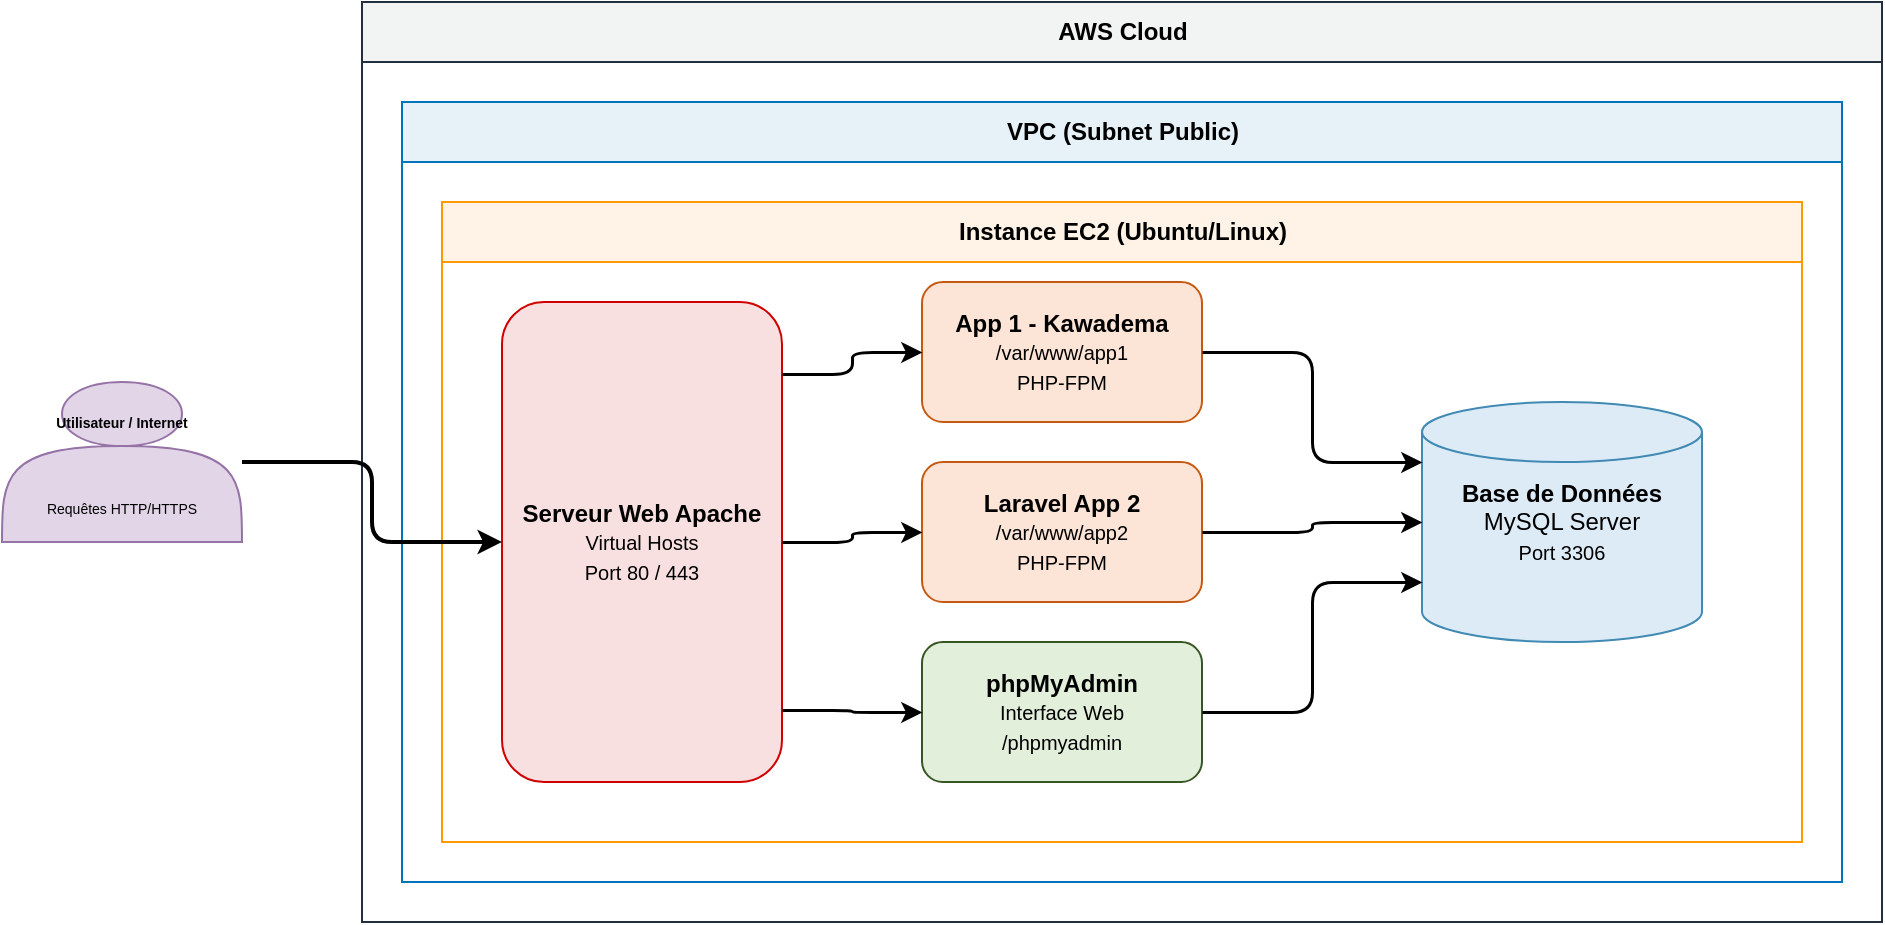
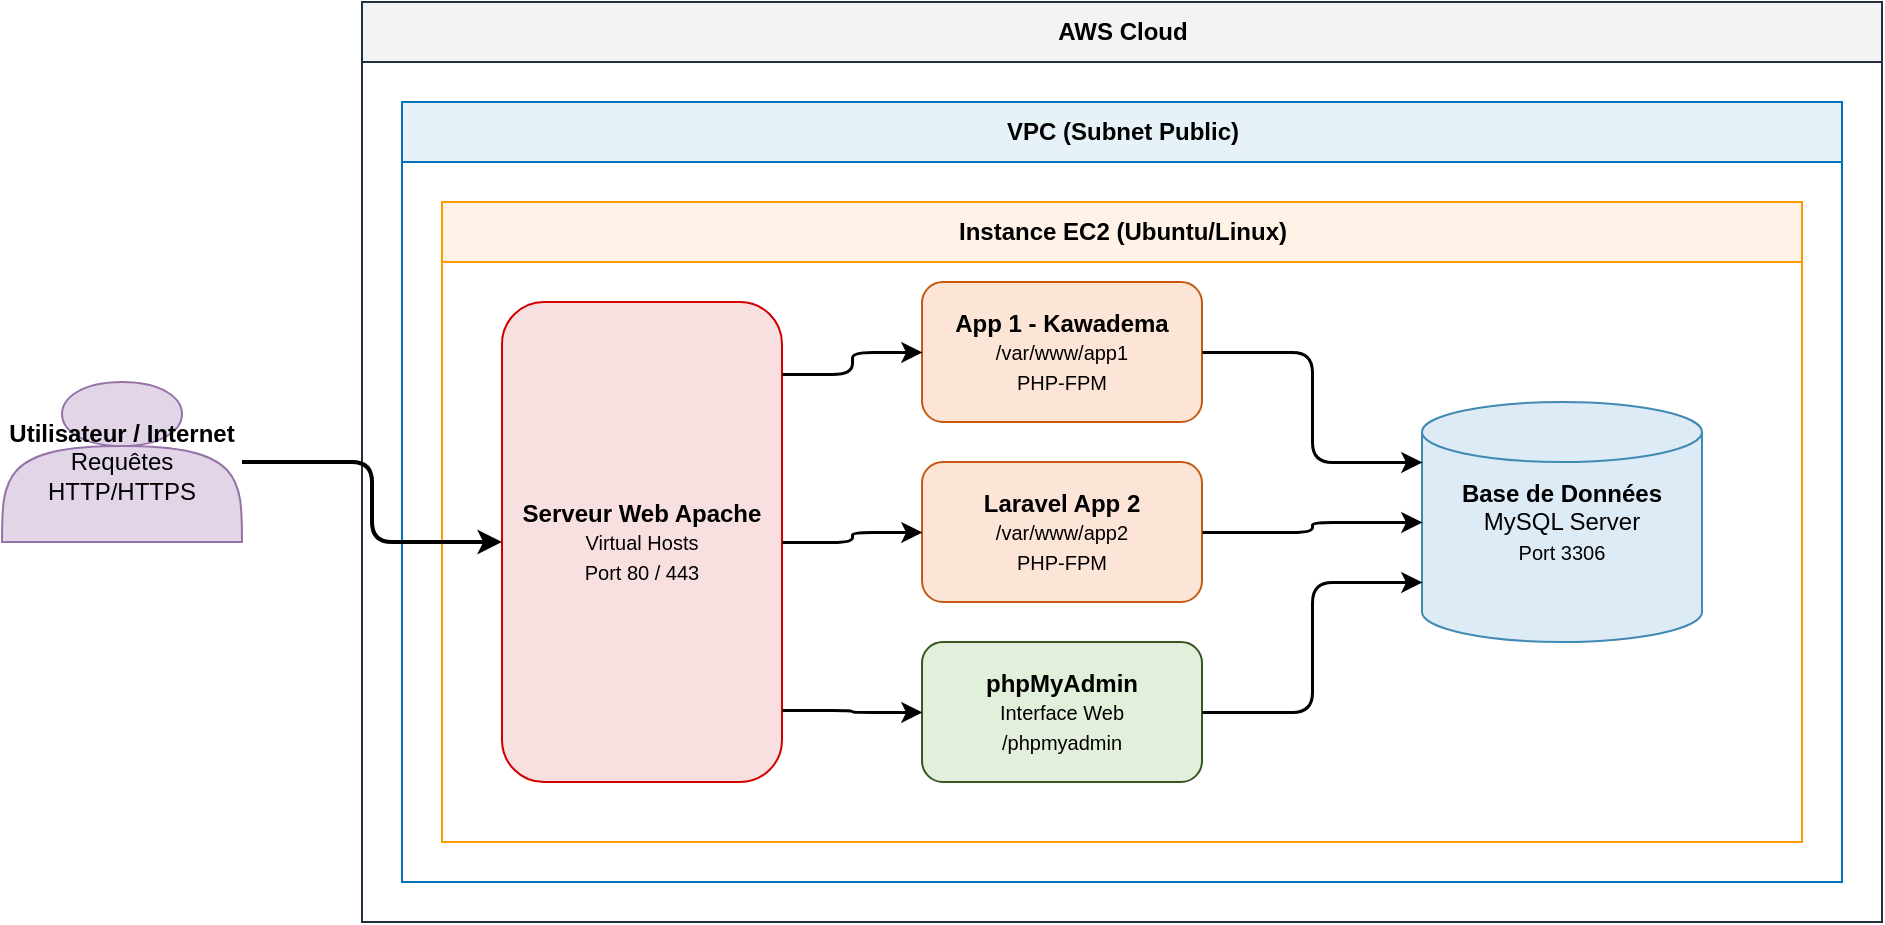
<mxfile host="app.diagrams.net">
  <diagram id="hzJezzWDKvpXfmylw4o2" name="Actuel">
    <mxGraphModel dx="1768" dy="1083" grid="1" gridSize="10" guides="1" tooltips="1" connect="1" arrows="1" fold="1" page="1" pageScale="1" pageWidth="1100" pageHeight="850" math="0" shadow="0" adaptiveColors="auto">
      <root>
        <mxCell id="0" />
        <mxCell id="1" parent="0" />
-         <mxCell id="user" parent="1" style="shape=actor;whiteSpace=wrap;html=1;fillColor=#e1d5e7;strokeColor=#9673a6;html=1;" value="&lt;font style=&quot;font-size: 7px;&quot;&gt;&lt;b style=&quot;&quot;&gt;Utilisateur / Internet&lt;/b&gt;&lt;br&gt;&lt;br&gt;&lt;/font&gt;&lt;div&gt;&lt;font style=&quot;font-size: 7px;&quot;&gt;&lt;br&gt;&lt;/font&gt;&lt;/div&gt;&lt;div&gt;&lt;font style=&quot;font-size: 7px;&quot;&gt;Requêtes HTTP/HTTPS&lt;/font&gt;&lt;/div&gt;" vertex="1">
+         <mxCell id="user" parent="1" style="shape=actor;whiteSpace=wrap;html=1;fillColor=#e1d5e7;strokeColor=#9673a6;html=1;" value="&lt;b&gt;Utilisateur / Internet&lt;/b&gt;&lt;br&gt;Requêtes HTTP/HTTPS" vertex="1">
          <mxGeometry height="80" width="120" x="20" y="210" as="geometry" />
        </mxCell>
        <mxCell id="aws" parent="1" style="swimlane;startSize=30;fillColor=#F2F3F3;strokeColor=#232F3E;html=1;" value="&lt;b&gt;AWS Cloud&lt;/b&gt;" vertex="1">
          <mxGeometry height="460" width="760" x="200" y="20" as="geometry" />
        </mxCell>
        <mxCell id="vpc" parent="aws" style="swimlane;startSize=30;fillColor=#E6F2F8;strokeColor=#0073BB;html=1;" value="&lt;b&gt;VPC (Subnet Public)&lt;/b&gt;" vertex="1">
          <mxGeometry height="390" width="720" x="20" y="50" as="geometry" />
        </mxCell>
        <mxCell id="ec2" parent="vpc" style="swimlane;startSize=30;fillColor=#FFF2E6;strokeColor=#FF9900;html=1;" value="&lt;b&gt;Instance EC2 (Ubuntu/Linux)&lt;/b&gt;" vertex="1">
          <mxGeometry height="320" width="680" x="20" y="50" as="geometry" />
        </mxCell>
        <mxCell id="apache" parent="ec2" style="rounded=1;whiteSpace=wrap;html=1;fillColor=#F8E0E0;strokeColor=#D00000;" value="&lt;b&gt;Serveur Web Apache&lt;/b&gt;&lt;br&gt;&lt;font size=&quot;1&quot;&gt;Virtual Hosts&lt;br&gt;Port 80 / 443&lt;/font&gt;" vertex="1">
          <mxGeometry height="240" width="140" x="30" y="50" as="geometry" />
        </mxCell>
        <mxCell id="laravel1" parent="ec2" style="rounded=1;whiteSpace=wrap;html=1;fillColor=#FCE4D6;strokeColor=#C65911;" value="&lt;b&gt;App 1 - Kawadema&lt;/b&gt;&lt;br&gt;&lt;font size=&quot;1&quot;&gt;/var/www/app1&lt;br&gt;PHP-FPM&lt;/font&gt;" vertex="1">
          <mxGeometry height="70" width="140" x="240" y="40" as="geometry" />
        </mxCell>
        <mxCell id="laravel2" parent="ec2" style="rounded=1;whiteSpace=wrap;html=1;fillColor=#FCE4D6;strokeColor=#C65911;" value="&lt;b&gt;Laravel App 2&lt;/b&gt;&lt;br&gt;&lt;font size=&quot;1&quot;&gt;/var/www/app2&lt;br&gt;PHP-FPM&lt;/font&gt;" vertex="1">
          <mxGeometry height="70" width="140" x="240" y="130" as="geometry" />
        </mxCell>
        <mxCell id="phpmyadmin" parent="ec2" style="rounded=1;whiteSpace=wrap;html=1;fillColor=#E2EFDA;strokeColor=#375623;" value="&lt;b&gt;phpMyAdmin&lt;/b&gt;&lt;br&gt;&lt;font size=&quot;1&quot;&gt;Interface Web&lt;br&gt;/phpmyadmin&lt;/font&gt;" vertex="1">
          <mxGeometry height="70" width="140" x="240" y="220" as="geometry" />
        </mxCell>
        <mxCell id="mysql" parent="ec2" style="shape=cylinder3;whiteSpace=wrap;html=1;fillColor=#DDEBF7;strokeColor=#418AB3;" value="&lt;b&gt;Base de Données&lt;/b&gt;&lt;br&gt;MySQL Server&lt;br&gt;&lt;font size=&quot;1&quot;&gt;Port 3306&lt;/font&gt;" vertex="1">
          <mxGeometry height="120" width="140" x="490" y="100" as="geometry" />
        </mxCell>
        <mxCell id="edge1" edge="1" parent="1" source="user" style="edgeStyle=orthogonalEdgeStyle;rounded=1;html=1;strokeWidth=2;entryX=0;entryY=0.5;entryDx=0;entryDy=0;" target="apache">
          <mxGeometry relative="1" as="geometry" />
        </mxCell>
        <mxCell id="edge2" edge="1" parent="1" source="apache" style="edgeStyle=orthogonalEdgeStyle;rounded=1;html=1;strokeWidth=1.5;exitX=1;exitY=0.15;exitDx=0;exitDy=0;entryX=0;entryY=0.5;entryDx=0;entryDy=0;" target="laravel1">
          <mxGeometry relative="1" as="geometry" />
        </mxCell>
        <mxCell id="edge3" edge="1" parent="1" source="apache" style="edgeStyle=orthogonalEdgeStyle;rounded=1;html=1;strokeWidth=1.5;exitX=1;exitY=0.5;exitDx=0;exitDy=0;entryX=0;entryY=0.5;entryDx=0;entryDy=0;" target="laravel2">
          <mxGeometry relative="1" as="geometry" />
        </mxCell>
        <mxCell id="edge4" edge="1" parent="1" source="apache" style="edgeStyle=orthogonalEdgeStyle;rounded=1;html=1;strokeWidth=1.5;exitX=1;exitY=0.85;exitDx=0;exitDy=0;entryX=0;entryY=0.5;entryDx=0;entryDy=0;" target="phpmyadmin">
          <mxGeometry relative="1" as="geometry" />
        </mxCell>
        <mxCell id="edge5" edge="1" parent="1" source="laravel1" style="edgeStyle=orthogonalEdgeStyle;rounded=1;html=1;strokeWidth=1.5;exitX=1;exitY=0.5;exitDx=0;exitDy=0;entryX=0;entryY=0.25;entryDx=0;entryDy=0;entryPerimeter=0;" target="mysql">
          <mxGeometry relative="1" as="geometry" />
        </mxCell>
        <mxCell id="edge6" edge="1" parent="1" source="laravel2" style="edgeStyle=orthogonalEdgeStyle;rounded=1;html=1;strokeWidth=1.5;exitX=1;exitY=0.5;exitDx=0;exitDy=0;entryX=0;entryY=0.5;entryDx=0;entryDy=0;entryPerimeter=0;" target="mysql">
          <mxGeometry relative="1" as="geometry" />
        </mxCell>
        <mxCell id="edge7" edge="1" parent="1" source="phpmyadmin" style="edgeStyle=orthogonalEdgeStyle;rounded=1;html=1;strokeWidth=1.5;exitX=1;exitY=0.5;exitDx=0;exitDy=0;entryX=0;entryY=0.75;entryDx=0;entryDy=0;entryPerimeter=0;" target="mysql">
          <mxGeometry relative="1" as="geometry" />
        </mxCell>
      </root>
    </mxGraphModel>
  </diagram>
</mxfile>
